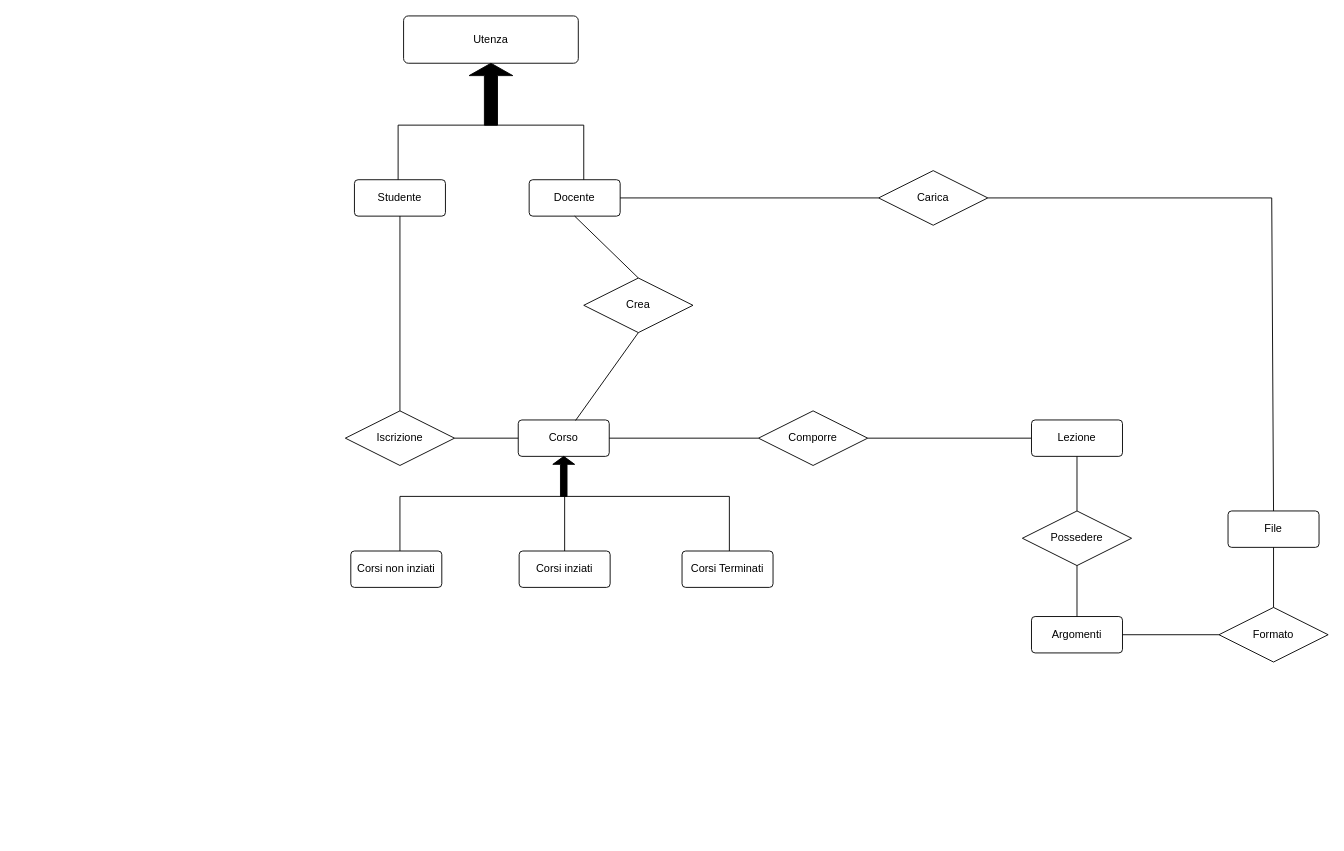
Above: SchemaER.drawio in RaffyManzo/Tsw-Moodle2.0 (draw.io), before the change. Source tidied: cells renumbered, new cells numbered last; positions are measured from the earlier drawing's top-left corner, leaving out a move shared by most shapes. Both pictures are drawn from the tidied source at 91%, with x=0, y=0 at pixel (345, 15).
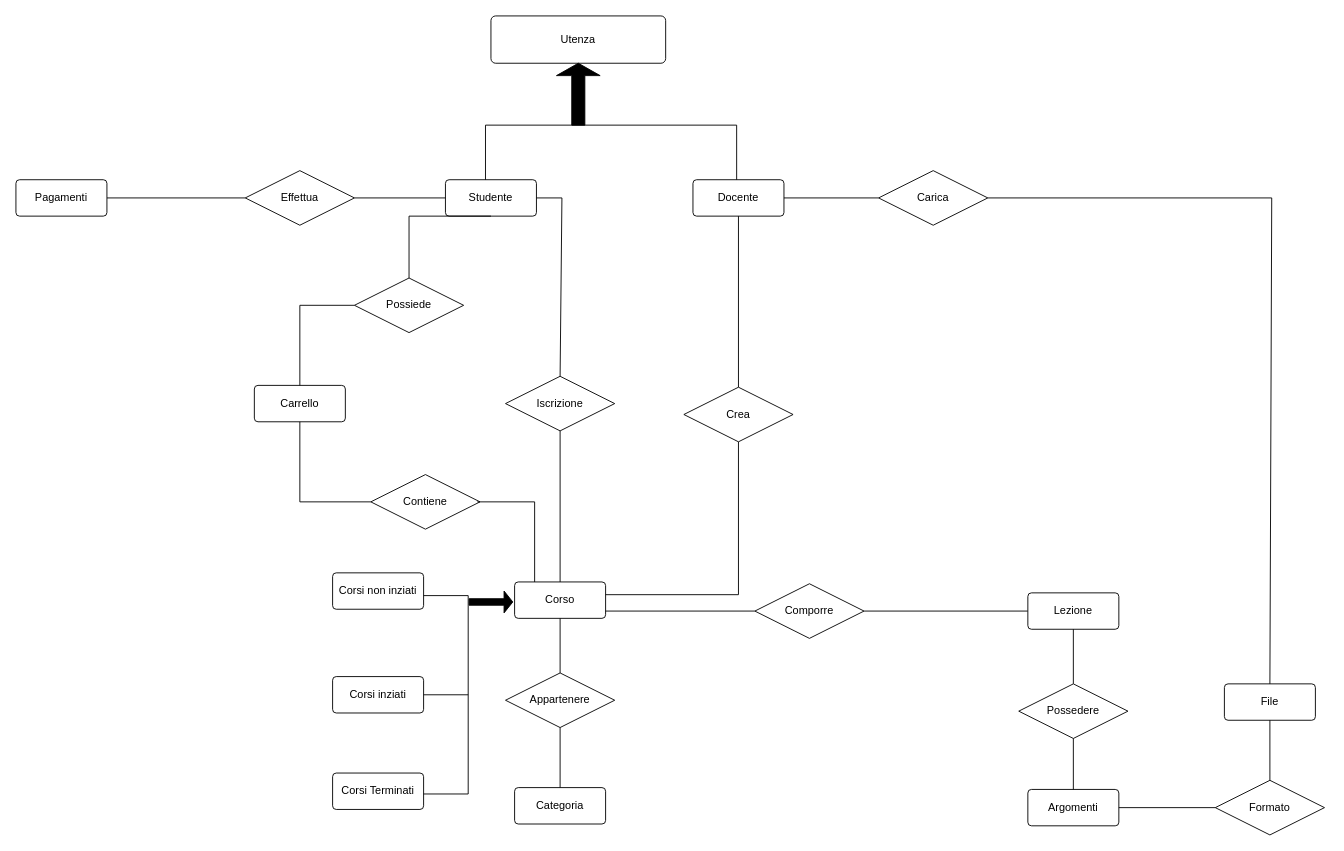
After the change.

What changed in the source:
```diff
@@
     <mxCell id="2" value="Utenza" style="rounded=1;arcSize=10;whiteSpace=wrap;html=1;align=center;" parent="1" vertex="1">
-      <mxGeometry x="64" width="192" height="52" as="geometry" />
+      <mxGeometry x="160" width="192" height="52" as="geometry" />
     </mxCell>
     <mxCell id="3" style="shape=singleArrow;direction=north;whiteSpace=wrap;html=1;fillColor=#000000;" parent="1" vertex="1">
-      <mxGeometry x="136" y="52" width="48" height="68" as="geometry" />
+      <mxGeometry x="232" y="52" width="48" height="68" as="geometry" />
     </mxCell>
     <mxCell id="4" style="shape=partialRectangle;whiteSpace=wrap;html=1;bottom=1;right=1;left=1;top=0;fillColor=none;routingCenterX=-0.5;rotation=-180;" parent="1" vertex="1">
-      <mxGeometry x="58" y="120" width="204" height="60" as="geometry" />
+      <mxGeometry x="154" y="120" width="276" height="60" as="geometry" />
     </mxCell>
     <mxCell id="5" value="Studente" style="rounded=1;arcSize=10;whiteSpace=wrap;html=1;align=center;" parent="1" vertex="1">
-      <mxGeometry x="10" y="180" width="100" height="40" as="geometry" />
+      <mxGeometry x="110" y="180" width="100" height="40" as="geometry" />
     </mxCell>
     <mxCell id="6" value="Docente" style="rounded=1;arcSize=10;whiteSpace=wrap;html=1;align=center;" parent="1" vertex="1">
-      <mxGeometry x="202" y="180" width="100" height="40" as="geometry" />
+      <mxGeometry x="382" y="180" width="100" height="40" as="geometry" />
     </mxCell>
     <mxCell id="7" value="Corso" style="rounded=1;arcSize=10;whiteSpace=wrap;html=1;align=center;" parent="1" vertex="1">
-      <mxGeometry x="190" y="444" width="100" height="40" as="geometry" />
+      <mxGeometry x="186" y="622" width="100" height="40" as="geometry" />
     </mxCell>
-    <mxCell id="8" style="shape=singleArrow;direction=north;whiteSpace=wrap;html=1;fillColor=#000000;" parent="1" vertex="1">
-      <mxGeometry x="228" y="484" width="24" height="44" as="geometry" />
+    <mxCell id="8" style="shape=singleArrow;direction=north;whiteSpace=wrap;html=1;fillColor=#000000;rotation=90;" parent="1" vertex="1">
+      <mxGeometry x="148" y="620" width="24" height="48" as="geometry" />
     </mxCell>
-    <mxCell id="9" style="shape=partialRectangle;whiteSpace=wrap;html=1;bottom=1;right=1;left=1;top=0;fillColor=none;routingCenterX=-0.5;rotation=-180;" parent="1" vertex="1">
-      <mxGeometry x="60" y="528" width="362" height="60" as="geometry" />
+    <mxCell id="9" style="shape=partialRectangle;whiteSpace=wrap;html=1;bottom=1;right=1;left=1;top=0;fillColor=none;routingCenterX=-0.5;rotation=-90;" parent="1" vertex="1">
+      <mxGeometry x="-4" y="716" width="218" height="60" as="geometry" />
     </mxCell>
@@
     <mxCell id="11" value="Corsi non inziati" style="rounded=1;arcSize=10;whiteSpace=wrap;html=1;align=center;" parent="1" vertex="1">
-      <mxGeometry x="6" y="588" width="100" height="40" as="geometry" />
+      <mxGeometry x="-14" y="612" width="100" height="40" as="geometry" />
     </mxCell>
     <mxCell id="12" value="Corsi inziati" style="rounded=1;arcSize=10;whiteSpace=wrap;html=1;align=center;" parent="1" vertex="1">
-      <mxGeometry x="191" y="588" width="100" height="40" as="geometry" />
+      <mxGeometry x="-14" y="726" width="100" height="40" as="geometry" />
     </mxCell>
     <mxCell id="13" value="Corsi Terminati" style="rounded=1;arcSize=10;whiteSpace=wrap;html=1;align=center;" parent="1" vertex="1">
-      <mxGeometry x="370" y="588" width="100" height="40" as="geometry" />
+      <mxGeometry x="-14" y="832" width="100" height="40" as="geometry" />
     </mxCell>
-    <mxCell id="14" style="endArrow=none;html=1;rounded=0;entryX=0;entryY=0.5;entryDx=0;entryDy=0;exitX=1;exitY=0.5;exitDx=0;exitDy=0;" parent="1" edge="1" source="7" target="15">
-      <mxGeometry relative="1" as="geometry" />
+    <mxCell id="14" style="endArrow=none;html=1;rounded=0;entryX=0;entryY=0.5;entryDx=0;entryDy=0;exitX=1;exitY=0.5;exitDx=0;exitDy=0;" parent="1" edge="1" target="15">
+      <mxGeometry relative="1" as="geometry">
+        <mxPoint x="286" y="654" as="sourcePoint" />
+      </mxGeometry>
     </mxCell>
     <mxCell id="15" value="Comporre" style="shape=rhombus;perimeter=rhombusPerimeter;whiteSpace=wrap;html=1;align=center;" parent="1" vertex="1">
-      <mxGeometry x="454" y="434" width="120" height="60" as="geometry" />
+      <mxGeometry x="450" y="624" width="120" height="60" as="geometry" />
     </mxCell>
@@
     <mxCell id="17" value="Lezione" style="rounded=1;arcSize=10;whiteSpace=wrap;html=1;align=center;" parent="1" vertex="1">
-      <mxGeometry x="754" y="444" width="100" height="40" as="geometry" />
+      <mxGeometry x="750" y="634" width="100" height="40" as="geometry" />
     </mxCell>
     <mxCell id="18" value="Argomenti" style="rounded=1;arcSize=10;whiteSpace=wrap;html=1;align=center;" parent="1" vertex="1">
-      <mxGeometry x="754" y="660" width="100" height="40" as="geometry" />
+      <mxGeometry x="750" y="850" width="100" height="40" as="geometry" />
     </mxCell>
     <mxCell id="19" value="File" style="rounded=1;arcSize=10;whiteSpace=wrap;html=1;align=center;" parent="1" vertex="1">
-      <mxGeometry x="970" y="544" width="100" height="40" as="geometry" />
+      <mxGeometry x="966" y="734" width="100" height="40" as="geometry" />
     </mxCell>
@@
     <mxCell id="21" value="Possedere" style="shape=rhombus;perimeter=rhombusPerimeter;whiteSpace=wrap;html=1;align=center;" parent="1" vertex="1">
-      <mxGeometry x="744" y="544" width="120" height="60" as="geometry" />
+      <mxGeometry x="740" y="734" width="120" height="60" as="geometry" />
     </mxCell>
@@
     <mxCell id="24" value="&lt;div&gt;Formato&lt;/div&gt;" style="shape=rhombus;perimeter=rhombusPerimeter;whiteSpace=wrap;html=1;align=center;" parent="1" vertex="1">
-      <mxGeometry x="960" y="650" width="120" height="60" as="geometry" />
+      <mxGeometry x="956" y="840" width="120" height="60" as="geometry" />
     </mxCell>
@@
     <mxCell id="26" value="Iscrizione" style="shape=rhombus;perimeter=rhombusPerimeter;whiteSpace=wrap;html=1;align=center;" parent="1" vertex="1">
-      <mxGeometry y="434" width="120" height="60" as="geometry" />
+      <mxGeometry x="176" y="396" width="120" height="60" as="geometry" />
     </mxCell>
     <mxCell id="27" value="Crea" style="shape=rhombus;perimeter=rhombusPerimeter;whiteSpace=wrap;html=1;align=center;" parent="1" vertex="1">
-      <mxGeometry x="262" y="288" width="120" height="60" as="geometry" />
+      <mxGeometry x="372" y="408" width="120" height="60" as="geometry" />
     </mxCell>
@@
-    <mxCell id="29" style="endArrow=none;html=1;rounded=0;entryX=0.5;entryY=1;entryDx=0;entryDy=0;exitX=0.63;exitY=0.014;exitDx=0;exitDy=0;exitPerimeter=0;" parent="1" edge="1" source="7" target="27">
-      <mxGeometry relative="1" as="geometry" />
+    <mxCell id="29" style="endArrow=none;html=1;rounded=0;entryX=0.5;entryY=1;entryDx=0;entryDy=0;exitX=1;exitY=0.35;exitDx=0;exitDy=0;exitPerimeter=0;" parent="1" edge="1" source="7" target="27">
+      <mxGeometry relative="1" as="geometry">
+        <Array as="points">
+          <mxPoint x="432" y="636" />
+        </Array>
+      </mxGeometry>
     </mxCell>
-    <mxCell id="30" style="endArrow=none;html=1;rounded=0;exitX=0.5;exitY=1;exitDx=0;exitDy=0;entryX=0.5;entryY=0;entryDx=0;entryDy=0;" parent="1" edge="1" source="5" target="26">
-      <mxGeometry relative="1" as="geometry" />
+    <mxCell id="30" style="endArrow=none;html=1;rounded=0;exitX=1;exitY=0.5;exitDx=0;exitDy=0;entryX=0.5;entryY=0;entryDx=0;entryDy=0;" parent="1" edge="1" source="5" target="26">
+      <mxGeometry relative="1" as="geometry">
+        <Array as="points">
+          <mxPoint x="238" y="200" />
+        </Array>
+      </mxGeometry>
     </mxCell>
-    <mxCell id="31" style="endArrow=none;html=1;rounded=0;exitX=0;exitY=0.5;exitDx=0;exitDy=0;entryX=1;entryY=0.5;entryDx=0;entryDy=0;" parent="1" edge="1" source="7" target="26">
+    <mxCell id="31" style="endArrow=none;html=1;rounded=0;exitX=0.5;exitY=0;exitDx=0;exitDy=0;entryX=0.5;entryY=1;entryDx=0;entryDy=0;" parent="1" edge="1" source="7" target="26">
       <mxGeometry relative="1" as="geometry" />
     </mxCell>
@@
+    <mxCell id="35" value="Appartenere" style="shape=rhombus;perimeter=rhombusPerimeter;whiteSpace=wrap;html=1;align=center;" parent="1" vertex="1">
+      <mxGeometry x="176" y="722" width="120" height="60" as="geometry" />
+    </mxCell>
+    <mxCell id="36" value="Categoria" style="rounded=1;arcSize=10;whiteSpace=wrap;html=1;align=center;" parent="1" vertex="1">
+      <mxGeometry x="186" y="848" width="100" height="40" as="geometry" />
+    </mxCell>
+    <mxCell id="37" style="endArrow=none;html=1;rounded=0;exitX=0.5;exitY=1;exitDx=0;exitDy=0;entryX=0.5;entryY=0;entryDx=0;entryDy=0;" parent="1" edge="1" source="7" target="35">
+      <mxGeometry relative="1" as="geometry" />
+    </mxCell>
+    <mxCell id="38" style="endArrow=none;html=1;rounded=0;exitX=0.5;exitY=0;exitDx=0;exitDy=0;entryX=0.5;entryY=1;entryDx=0;entryDy=0;" parent="1" edge="1" source="36" target="35">
+      <mxGeometry relative="1" as="geometry" />
+    </mxCell>
+    <mxCell id="39" style="endArrow=none;html=1;rounded=0;entryX=0;entryY=0.5;entryDx=0;entryDy=0;exitX=1;exitY=0.5;exitDx=0;exitDy=0;" parent="1" edge="1" source="40" target="5">
+      <mxGeometry relative="1" as="geometry" />
+    </mxCell>
+    <mxCell id="40" value="Effettua" style="shape=rhombus;perimeter=rhombusPerimeter;whiteSpace=wrap;html=1;align=center;" parent="1" vertex="1">
+      <mxGeometry x="-110" y="170" width="120" height="60" as="geometry" />
+    </mxCell>
+    <mxCell id="41" value="Carrello" style="rounded=1;arcSize=10;whiteSpace=wrap;html=1;align=center;" parent="1" vertex="1">
+      <mxGeometry x="-100" y="406" width="100" height="40" as="geometry" />
+    </mxCell>
+    <mxCell id="42" value="&lt;div&gt;Contiene&lt;/div&gt;" style="shape=rhombus;perimeter=rhombusPerimeter;whiteSpace=wrap;html=1;align=center;" parent="1" vertex="1">
+      <mxGeometry x="28" y="504" width="120" height="60" as="geometry" />
+    </mxCell>
+    <mxCell id="43" style="endArrow=none;html=1;rounded=0;exitX=0.5;exitY=1;exitDx=0;exitDy=0;entryX=0;entryY=0.5;entryDx=0;entryDy=0;" parent="1" edge="1" source="41" target="42">
+      <mxGeometry relative="1" as="geometry">
+        <Array as="points">
+          <mxPoint x="-50" y="534" />
+        </Array>
+      </mxGeometry>
+    </mxCell>
+    <mxCell id="44" style="endArrow=none;html=1;rounded=0;exitX=0.25;exitY=0;exitDx=0;exitDy=0;entryX=1;entryY=0.5;entryDx=0;entryDy=0;" parent="1" edge="1">
+      <mxGeometry relative="1" as="geometry">
+        <mxPoint x="208" y="622" as="sourcePoint" />
+        <mxPoint x="145" y="534" as="targetPoint" />
+        <Array as="points">
+          <mxPoint x="208" y="534" />
+        </Array>
+      </mxGeometry>
+    </mxCell>
+    <mxCell id="45" value="Possiede" style="shape=rhombus;perimeter=rhombusPerimeter;whiteSpace=wrap;html=1;align=center;" parent="1" vertex="1">
+      <mxGeometry x="10" y="288" width="120" height="60" as="geometry" />
+    </mxCell>
+    <mxCell id="46" style="endArrow=none;html=1;rounded=0;exitX=0.5;exitY=0;exitDx=0;exitDy=0;entryX=0;entryY=0.5;entryDx=0;entryDy=0;" parent="1" edge="1" source="41" target="45">
+      <mxGeometry relative="1" as="geometry">
+        <Array as="points">
+          <mxPoint x="-50" y="318" />
+        </Array>
+      </mxGeometry>
+    </mxCell>
+    <mxCell id="47" style="endArrow=none;html=1;rounded=0;exitX=0.5;exitY=0;exitDx=0;exitDy=0;entryX=0.5;entryY=1;entryDx=0;entryDy=0;" parent="1" edge="1" source="45" target="5">
+      <mxGeometry relative="1" as="geometry">
+        <Array as="points">
+          <mxPoint x="70" y="220" />
+        </Array>
+      </mxGeometry>
+    </mxCell>
+    <mxCell id="48" style="endArrow=none;html=1;rounded=0;entryX=0;entryY=0.5;entryDx=0;entryDy=0;exitX=1;exitY=0.5;exitDx=0;exitDy=0;" parent="1" edge="1" source="49" target="40">
+      <mxGeometry relative="1" as="geometry" />
+    </mxCell>
+    <mxCell id="49" value="&lt;div&gt;Pagamenti&lt;/div&gt;" style="rounded=1;arcSize=10;whiteSpace=wrap;html=1;align=center;" parent="1" vertex="1">
+      <mxGeometry x="-362" y="180" width="100" height="40" as="geometry" />
+    </mxCell>
```
